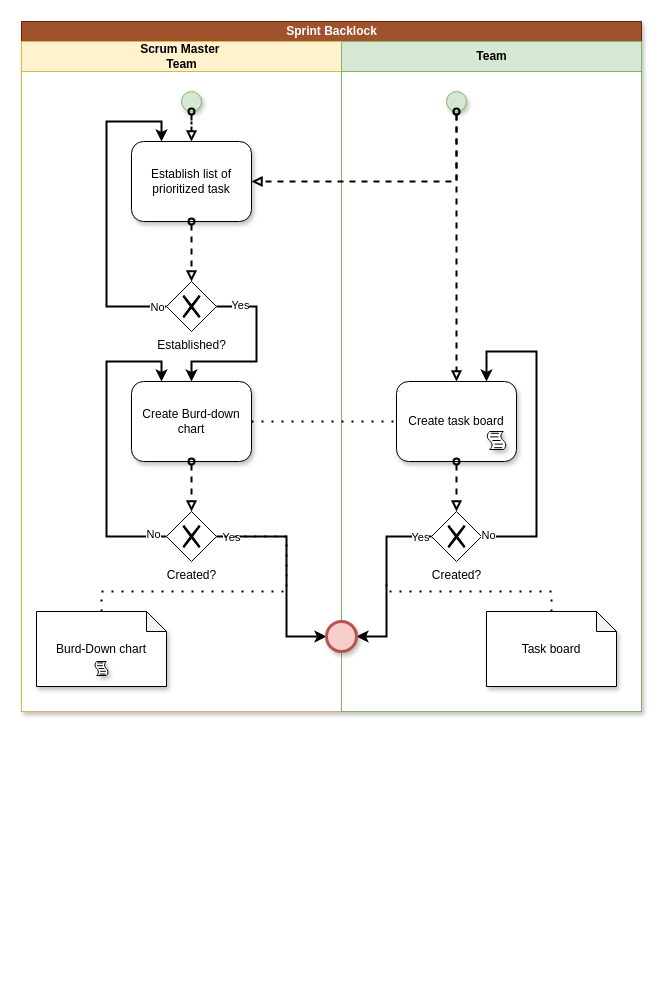
This is page "Sprint Backlock" (4 of 10) of BPMN_Pre-game.drawio from JavierCabreraDev/Metodologia_Practica, a draw.io file, before an edit. Source tidied: cells renumbered, new cells numbered last; positions are measured from the earlier drawing's top-left corner, leaving out a move shared by most shapes. Both pictures are drawn from the tidied source at 100%, with x=0, y=0 at pixel (21, 21).
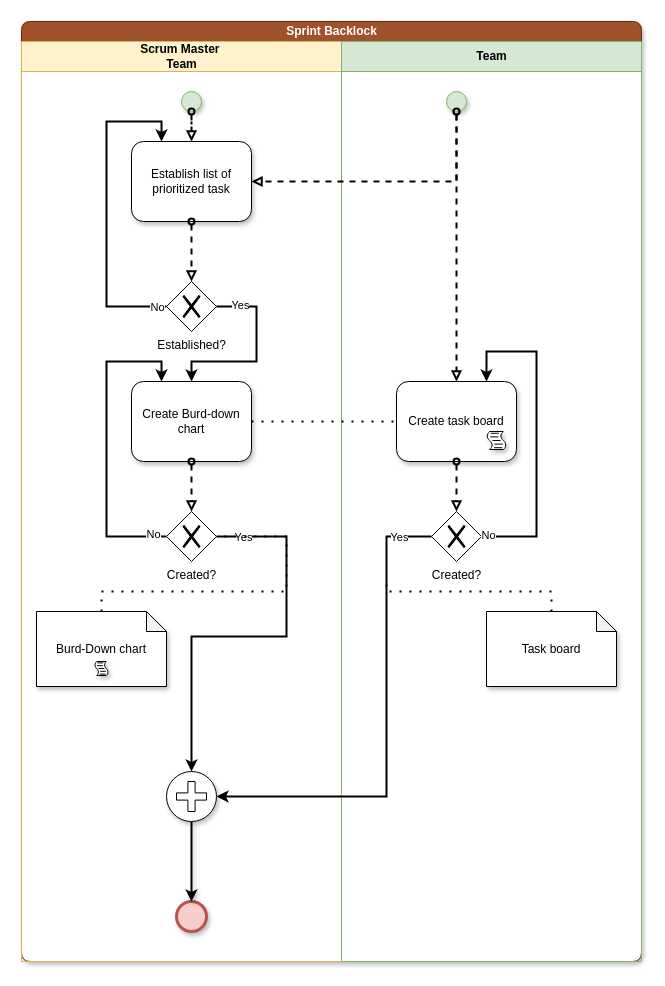
The same page after the edit.

Unchanged cells that the change refers to:
```xml
<mxCell id="6" value="Created?" style="shape=mxgraph.bpmn.shape;html=1;verticalLabelPosition=bottom;labelBackgroundColor=#ffffff;verticalAlign=top;align=center;perimeter=rhombusPerimeter;background=gateway;outlineConnect=0;outline=none;symbol=exclusiveGw;" parent="3" vertex="1">
  <mxGeometry x="145" y="470" width="50" height="50" as="geometry" />
</mxCell>
<mxCell id="8" value="Created?" style="shape=mxgraph.bpmn.shape;html=1;verticalLabelPosition=bottom;labelBackgroundColor=#ffffff;verticalAlign=top;align=center;perimeter=rhombusPerimeter;background=gateway;outlineConnect=0;outline=none;symbol=exclusiveGw;" parent="7" vertex="1">
  <mxGeometry x="90" y="470" width="50" height="50" as="geometry" />
</mxCell>
```

The edit, as a diff of the source:
```diff
@@
-    <mxCell id="2" value="Sprint Backlock" style="swimlane;html=1;startSize=20;shadow=1;glass=0;swimlaneFillColor=#ffffff;fillColor=#a0522d;strokeColor=#6D1F00;fontColor=#ffffff;" parent="1" vertex="1">
-      <mxGeometry width="620" height="690" as="geometry" />
+    <mxCell id="2" value="Sprint Backlock" style="swimlane;html=1;startSize=20;shadow=1;glass=0;swimlaneFillColor=#ffffff;fillColor=#a0522d;strokeColor=#6D1F00;fontColor=#ffffff;rounded=1;" parent="1" vertex="1">
+      <mxGeometry width="620" height="940" as="geometry" />
     </mxCell>
     <mxCell id="3" value="Scrum Master&amp;nbsp;&lt;br&gt;Team" style="swimlane;html=1;startSize=30;fillColor=#fff2cc;strokeColor=#d6b656;" parent="2" vertex="1">
-      <mxGeometry y="20" width="320" height="670" as="geometry" />
+      <mxGeometry y="20" width="320" height="920" as="geometry" />
     </mxCell>
@@
     <mxCell id="7" value="Team" style="swimlane;html=1;startSize=30;fillColor=#d5e8d4;strokeColor=#82b366;" parent="2" vertex="1">
-      <mxGeometry x="320" y="20" width="300" height="670" as="geometry" />
+      <mxGeometry x="320" y="20" width="300" height="920" as="geometry" />
     </mxCell>
@@
-    <mxCell id="28" style="edgeStyle=orthogonalEdgeStyle;rounded=0;jettySize=auto;html=1;entryX=0;entryY=0.5;entryDx=0;entryDy=0;startArrow=none;startFill=0;endArrow=classic;endFill=1;strokeWidth=2;" parent="1" edge="1" source="6">
+    <mxCell id="28" style="edgeStyle=orthogonalEdgeStyle;rounded=0;jettySize=auto;html=1;entryX=0.5;entryY=0;entryDx=0;entryDy=0;startArrow=none;startFill=0;endArrow=classic;endFill=1;strokeWidth=2;" parent="1" edge="1" source="6" target="40">
       <mxGeometry relative="1" as="geometry">
-        <mxPoint x="305" y="615" as="targetPoint" />
         <Array as="points">
           <mxPoint x="265" y="515" />
           <mxPoint x="265" y="615" />
+          <mxPoint x="170" y="615" />
         </Array>
       </mxGeometry>
     </mxCell>
@@
-    <mxCell id="30" style="edgeStyle=orthogonalEdgeStyle;rounded=0;jettySize=auto;html=1;entryX=1;entryY=0.5;entryDx=0;entryDy=0;startArrow=none;startFill=0;endArrow=classic;endFill=1;strokeWidth=2;" parent="1" edge="1" source="8">
+    <mxCell id="30" style="edgeStyle=orthogonalEdgeStyle;rounded=0;jettySize=auto;html=1;entryX=1;entryY=0.5;entryDx=0;entryDy=0;startArrow=none;startFill=0;endArrow=classic;endFill=1;strokeWidth=2;" parent="1" edge="1" source="8" target="40">
       <mxGeometry relative="1" as="geometry">
-        <mxPoint x="335" y="615" as="targetPoint" />
         <Array as="points">
           <mxPoint x="365" y="515" />
-          <mxPoint x="365" y="615" />
+          <mxPoint x="365" y="775" />
         </Array>
       </mxGeometry>
     </mxCell>
@@
     <mxCell id="38" style="shape=mxgraph.bpmn.shape;html=1;verticalLabelPosition=bottom;labelBackgroundColor=#ffffff;verticalAlign=top;align=center;perimeter=ellipsePerimeter;outlineConnect=0;outline=end;symbol=general;rounded=0;shadow=1;glass=0;fillColor=#f8cecc;strokeColor=#b85450;" parent="1" vertex="1">
-      <mxGeometry x="305" y="600" width="30" height="30" as="geometry" />
+      <mxGeometry x="155" y="880" width="30" height="30" as="geometry" />
     </mxCell>
+    <mxCell id="39" style="edgeStyle=orthogonalEdgeStyle;rounded=0;jettySize=auto;html=1;entryX=0.5;entryY=0;entryDx=0;entryDy=0;shadow=1;labelBackgroundColor=none;startArrow=none;startFill=0;endArrow=classic;endFill=1;strokeWidth=2;" parent="1" edge="1" source="40" target="38">
+      <mxGeometry relative="1" as="geometry" />
+    </mxCell>
+    <mxCell id="40" style="shape=mxgraph.bpmn.shape;html=1;verticalLabelPosition=bottom;labelBackgroundColor=#ffffff;verticalAlign=top;align=center;perimeter=ellipsePerimeter;outlineConnect=0;outline=standard;symbol=parallelMultiple;rounded=0;shadow=1;glass=0;gradientColor=none;" parent="1" vertex="1">
+      <mxGeometry x="145" y="750" width="50" height="50" as="geometry" />
+    </mxCell>
```
